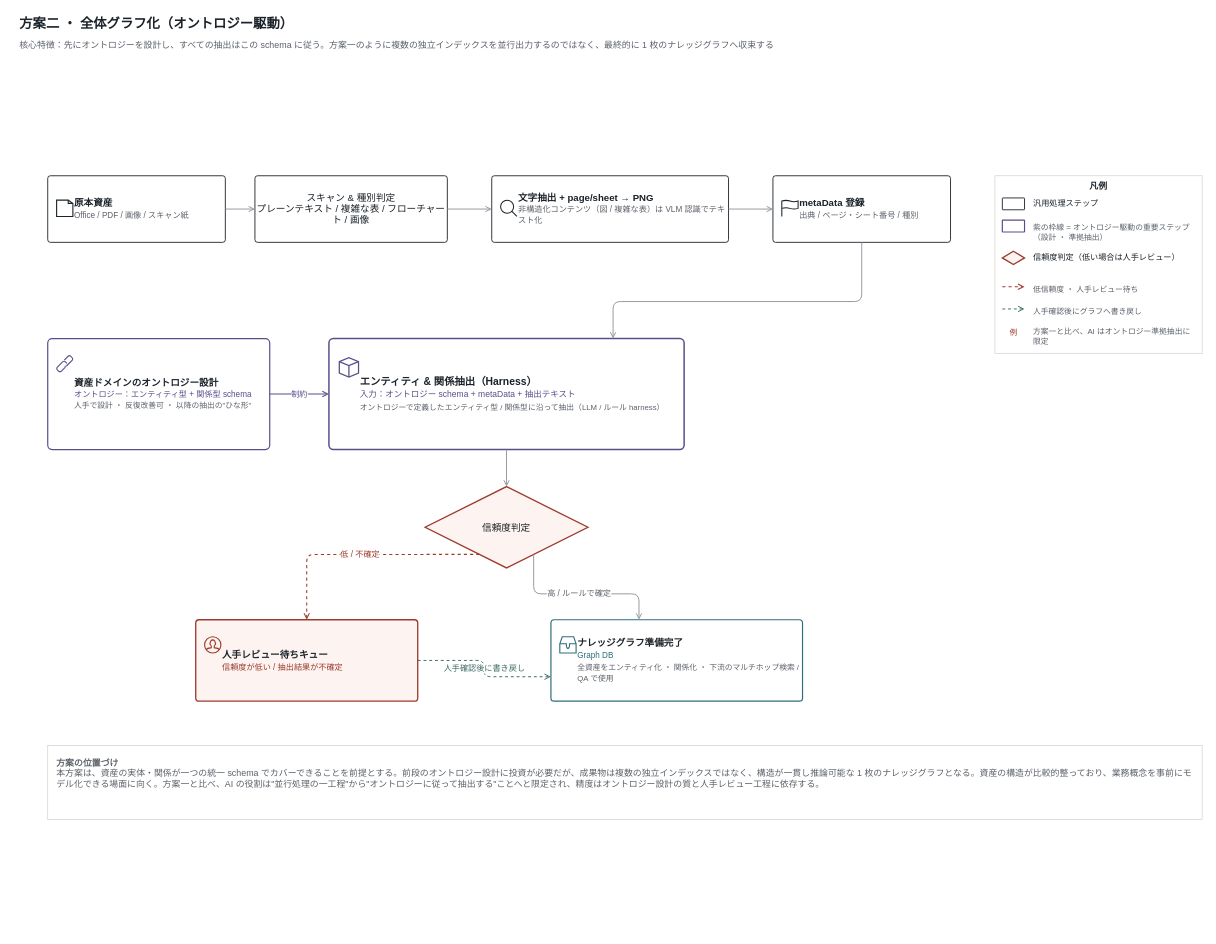
Above: docs/public/diagrams/asset-structuring-02-graph-ja.drawio in tiand23/AICompass (draw.io), before the change. Source tidied: cells renumbered, new cells numbered last; positions are measured from the earlier drawing's top-left corner, leaving out a move shared by most shapes. Both pictures are drawn from the tidied source at 74%, with x=0, y=0 at pixel (18, 13).
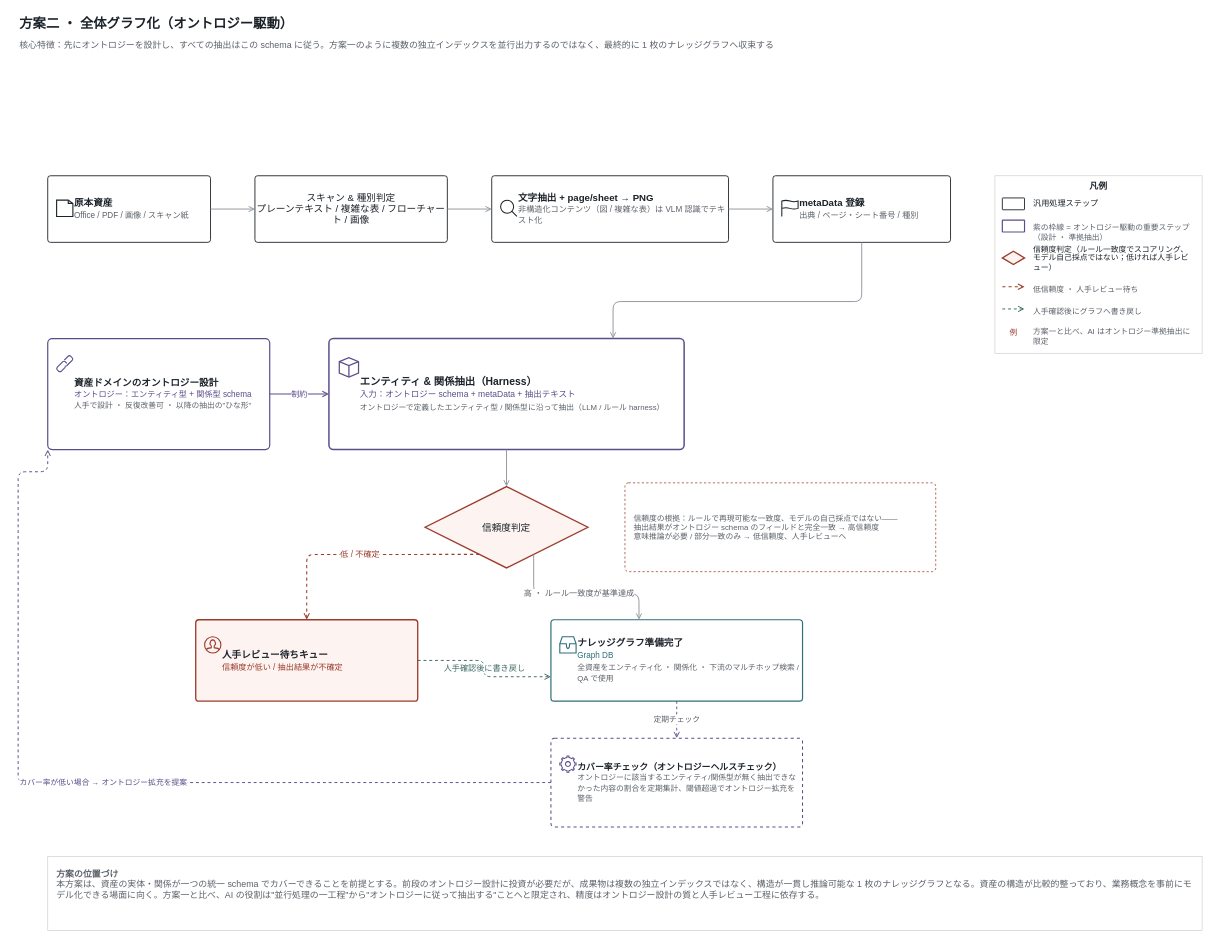
The same diagram, later.

The change refers to these unchanged cells:
```xml
<mxCell id="14" value="&lt;b&gt;資産ドメインのオントロジー設計&lt;/b&gt;&lt;br&gt;&lt;font color=#5B4C8A style=&quot;font-size:11px&quot;&gt;オントロジー：エンティティ型 + 関係型 schema&lt;/font&gt;&lt;br&gt;&lt;font color=#5B6169 style=&quot;font-size:10.5px&quot;&gt;人手で設計 ・ 反復改善可 ・ 以降の抽出の&quot;ひな形&quot;&lt;/font&gt;" style="rounded=1;arcSize=4;whiteSpace=wrap;html=1;fillColor=#FFFFFF;strokeColor=#5B4C8A;strokeWidth=1.6;align=left;verticalAlign=middle;spacingLeft=34;fontSize=13;fontColor=#1B2229;fontFamily=Helvetica;" parent="1" vertex="1">
  <mxGeometry x="40" y="440" width="300" height="150" as="geometry" />
</mxCell>
<mxCell id="20" value="信頼度判定" style="rhombus;whiteSpace=wrap;html=1;fillColor=#FDF3F0;strokeColor=#9C3B2C;strokeWidth=1.8;fontSize=13;fontColor=#1B2229;fontFamily=Helvetica;" parent="1" vertex="1">
  <mxGeometry x="550" y="640" width="220" height="110" as="geometry" />
</mxCell>
<mxCell id="24" value="&lt;b&gt;ナレッジグラフ準備完了&lt;/b&gt;&lt;br&gt;&lt;font color=#2E6E7A style=&quot;font-size:11px&quot;&gt;Graph DB&lt;/font&gt;&lt;br&gt;&lt;font color=#5B6169 style=&quot;font-size:10.5px&quot;&gt;全資産をエンティティ化 ・ 関係化 ・ 下流のマルチホップ検索 / QA で使用&lt;/font&gt;" style="rounded=1;arcSize=4;whiteSpace=wrap;html=1;fillColor=#FFFFFF;strokeColor=#2E6E7A;strokeWidth=1.6;align=left;verticalAlign=middle;spacingLeft=34;fontSize=13;fontColor=#1B2229;fontFamily=Helvetica;" parent="1" vertex="1">
  <mxGeometry x="720" y="820" width="340" height="110" as="geometry" />
</mxCell>
<mxCell id="29" value="凡例" style="rounded=0;whiteSpace=wrap;html=1;fillColor=none;strokeColor=#D6D3C8;verticalAlign=top;fontStyle=1;fontSize=12;fontColor=#1B2229;fontFamily=Helvetica;" parent="1" vertex="1">
  <mxGeometry x="1320" y="220" width="280" height="240" as="geometry" />
</mxCell>
```

Diff of the diagram source:
```diff
@@
     <mxCell id="4" value="&lt;b&gt;原本資産&lt;/b&gt;&lt;br&gt;&lt;font color=#5B6169 style=&quot;font-size:11px&quot;&gt;Office / PDF / 画像 / スキャン紙&lt;/font&gt;" style="rounded=1;arcSize=4;whiteSpace=wrap;html=1;fillColor=#FFFFFF;strokeColor=#1B2229;strokeWidth=1.2;align=left;verticalAlign=middle;spacingLeft=34;fontSize=13;fontColor=#1B2229;fontFamily=Helvetica;" parent="1" vertex="1">
-      <mxGeometry x="40" y="220" width="240" height="90" as="geometry" />
+      <mxGeometry x="40" y="220" width="220" height="90" as="geometry" />
     </mxCell>
@@
+    <mxCell id="43" value="信頼度の根拠：ルールで再現可能な一致度、モデルの自己採点ではない——&#10;抽出結果がオントロジー schema のフィールドと完全一致 → 高信頼度&#10;意味推論が必要 / 部分一致のみ → 低信頼度、人手レビューへ" style="rounded=1;arcSize=4;whiteSpace=wrap;html=1;fillColor=none;strokeColor=#9C3B2C;strokeWidth=1;dashed=1;align=left;verticalAlign=middle;spacingLeft=10;fontSize=10.5;fontColor=#5B6169;fontFamily=Helvetica;" parent="1" vertex="1">
+      <mxGeometry x="820" y="635" width="420" height="120" as="geometry" />
+    </mxCell>
@@
-    <mxCell id="27" value="高 / ルールで確定" style="edgeStyle=orthogonalEdgeStyle;rounded=1;html=1;strokeWidth=1.2;strokeColor=#8A8F96;endArrow=open;endFill=0;exitX=0.75;exitY=1;entryX=0.35;entryY=0;labelBackgroundColor=#FFFFFF;fontSize=11;fontColor=#5B6169;" parent="1" edge="1" source="20" target="24">
+    <mxCell id="27" value="高 ・ ルール一致度が基準達成" style="edgeStyle=orthogonalEdgeStyle;rounded=1;html=1;strokeWidth=1.2;strokeColor=#8A8F96;endArrow=open;endFill=0;exitX=0.75;exitY=1;entryX=0.35;entryY=0;labelBackgroundColor=#FFFFFF;fontSize=11;fontColor=#5B6169;" parent="1" edge="1" source="20" target="24">
       <mxGeometry relative="1" as="geometry" />
     </mxCell>
@@
+    <mxCell id="44" value="&lt;b&gt;カバー率チェック（オントロジーヘルスチェック）&lt;/b&gt;&lt;br&gt;&lt;font color=#5B6169 style=&quot;font-size:10.5px&quot;&gt;オントロジーに該当するエンティティ/関係型が無く抽出できなかった内容の割合を定期集計、閾値超過でオントロジー拡充を警告&lt;/font&gt;" style="rounded=1;arcSize=4;whiteSpace=wrap;html=1;fillColor=#FFFFFF;strokeColor=#5B4C8A;strokeWidth=1.4;dashed=1;align=left;verticalAlign=middle;spacingLeft=34;fontSize=12;fontColor=#1B2229;fontFamily=Helvetica;" parent="1" vertex="1">
+      <mxGeometry x="720" y="980" width="340" height="120" as="geometry" />
+    </mxCell>
+    <mxCell id="45" style="shape=mxgraph.ios7.icons.settings;html=1;strokeColor=#5B4C8A;fillColor=none;strokeWidth=1.4;" parent="1" vertex="1">
+      <mxGeometry x="732" y="1004" width="22" height="22" as="geometry" />
+    </mxCell>
+    <mxCell id="46" value="定期チェック" style="edgeStyle=orthogonalEdgeStyle;rounded=1;html=1;dashed=1;strokeWidth=1.2;strokeColor=#5B4C8A;fontColor=#5B6169;endArrow=open;endFill=0;exitX=0.5;exitY=1;entryX=0.5;entryY=0;labelBackgroundColor=#FFFFFF;fontSize=10.5;" parent="1" edge="1" source="24" target="44">
+      <mxGeometry relative="1" as="geometry" />
+    </mxCell>
+    <mxCell id="47" value="カバー率が低い場合 → オントロジー拡充を提案" style="edgeStyle=orthogonalEdgeStyle;rounded=1;html=1;dashed=1;strokeWidth=1.3;strokeColor=#5B4C8A;fontColor=#5B4C8A;endArrow=open;endFill=0;exitX=0;exitY=0.5;entryX=0;entryY=1;labelBackgroundColor=#FFFFFF;fontSize=10.5;" parent="1" edge="1" source="44" target="14">
+      <mxGeometry relative="1" as="geometry">
+        <Array as="points">
+          <mxPoint y="1040" />
+          <mxPoint y="620" />
+        </Array>
+      </mxGeometry>
+    </mxCell>
@@
-    <mxCell id="35" value="信頼度判定（低い場合は人手レビュー）" style="text;html=1;whiteSpace=wrap;align=left;verticalAlign=middle;fontSize=11;fontColor=#1B2229;fontFamily=Helvetica;" parent="29" vertex="1">
-      <mxGeometry x="50" y="95" width="220" height="32" as="geometry" />
+    <mxCell id="35" value="信頼度判定（ルール一致度でスコアリング、モデル自己採点ではない；低ければ人手レビュー）" style="text;html=1;whiteSpace=wrap;align=left;verticalAlign=middle;fontSize=10.5;fontColor=#1B2229;fontFamily=Helvetica;" parent="29" vertex="1">
+      <mxGeometry x="50" y="93" width="220" height="36" as="geometry" />
     </mxCell>
@@
     <mxCell id="42" value="&lt;b&gt;方案の位置づけ&lt;/b&gt;&lt;br&gt;本方案は、資産の実体・関係が一つの統一 schema でカバーできることを前提とする。前段のオントロジー設計に投資が必要だが、成果物は複数の独立インデックスではなく、構造が一貫し推論可能な 1 枚のナレッジグラフとなる。資産の構造が比較的整っており、業務概念を事前にモデル化できる場面に向く。方案一と比べ、AI の役割は&quot;並行処理の一工程&quot;から&quot;オントロジーに従って抽出する&quot;ことへと限定され、精度はオントロジー設計の質と人手レビュー工程に依存する。" style="rounded=0;whiteSpace=wrap;html=1;fillColor=none;strokeColor=#D6D3C8;align=left;verticalAlign=top;spacing=12;fontSize=12;fontColor=#5B6169;fontFamily=Helvetica;" parent="1" vertex="1">
-      <mxGeometry x="40" y="990" width="1560" height="100" as="geometry" />
+      <mxGeometry x="40" y="1140" width="1560" height="100" as="geometry" />
     </mxCell>
```
